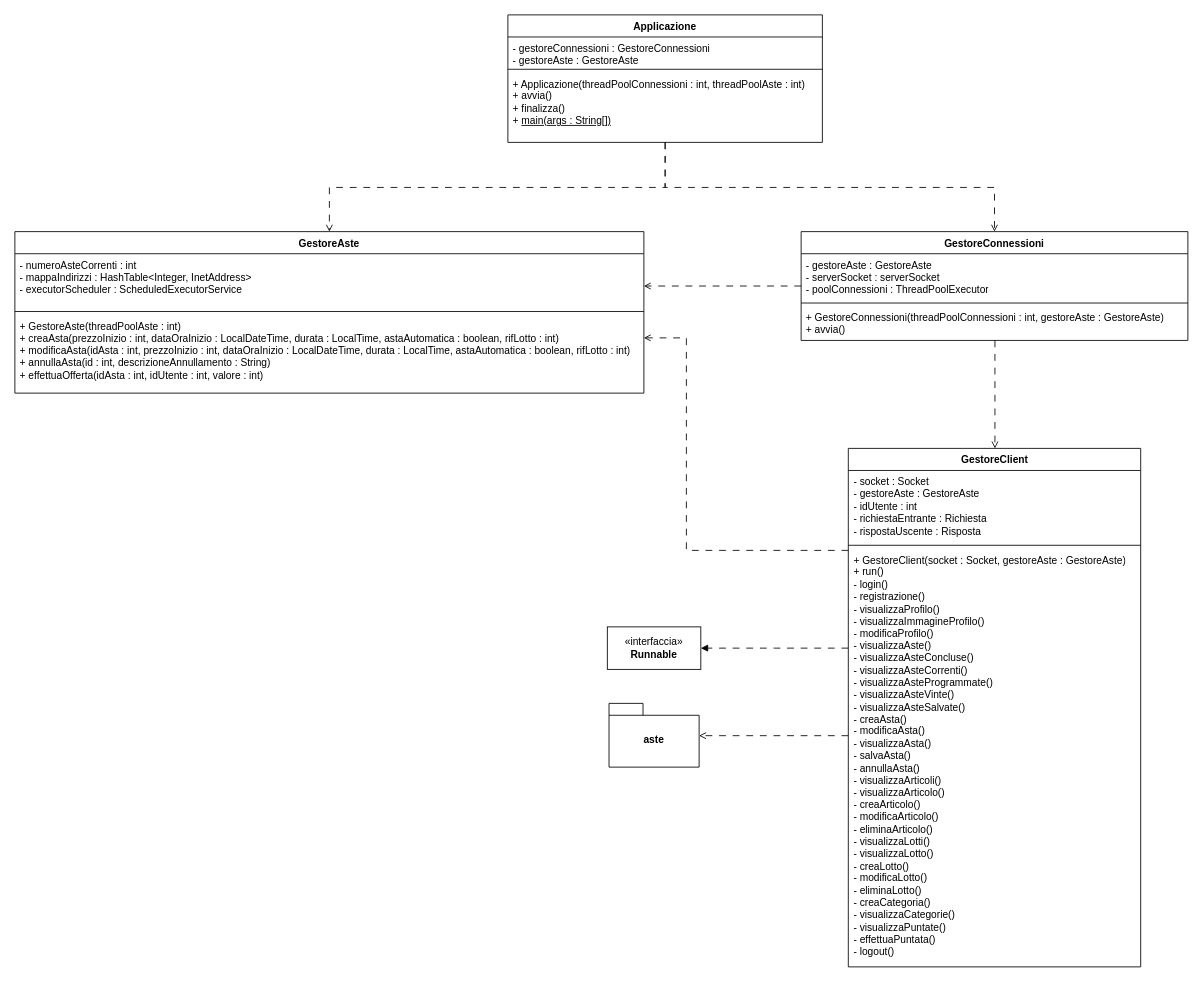
Above: documenti/DC-Server.drawio in Chaos-Rat/GAO (draw.io), before the change. Source tidied: cells renumbered, new cells numbered last; positions are measured from the earlier drawing's top-left corner, leaving out a move shared by most shapes. Both pictures are drawn from the tidied source at 85%, with x=0, y=0 at pixel (14, 14).
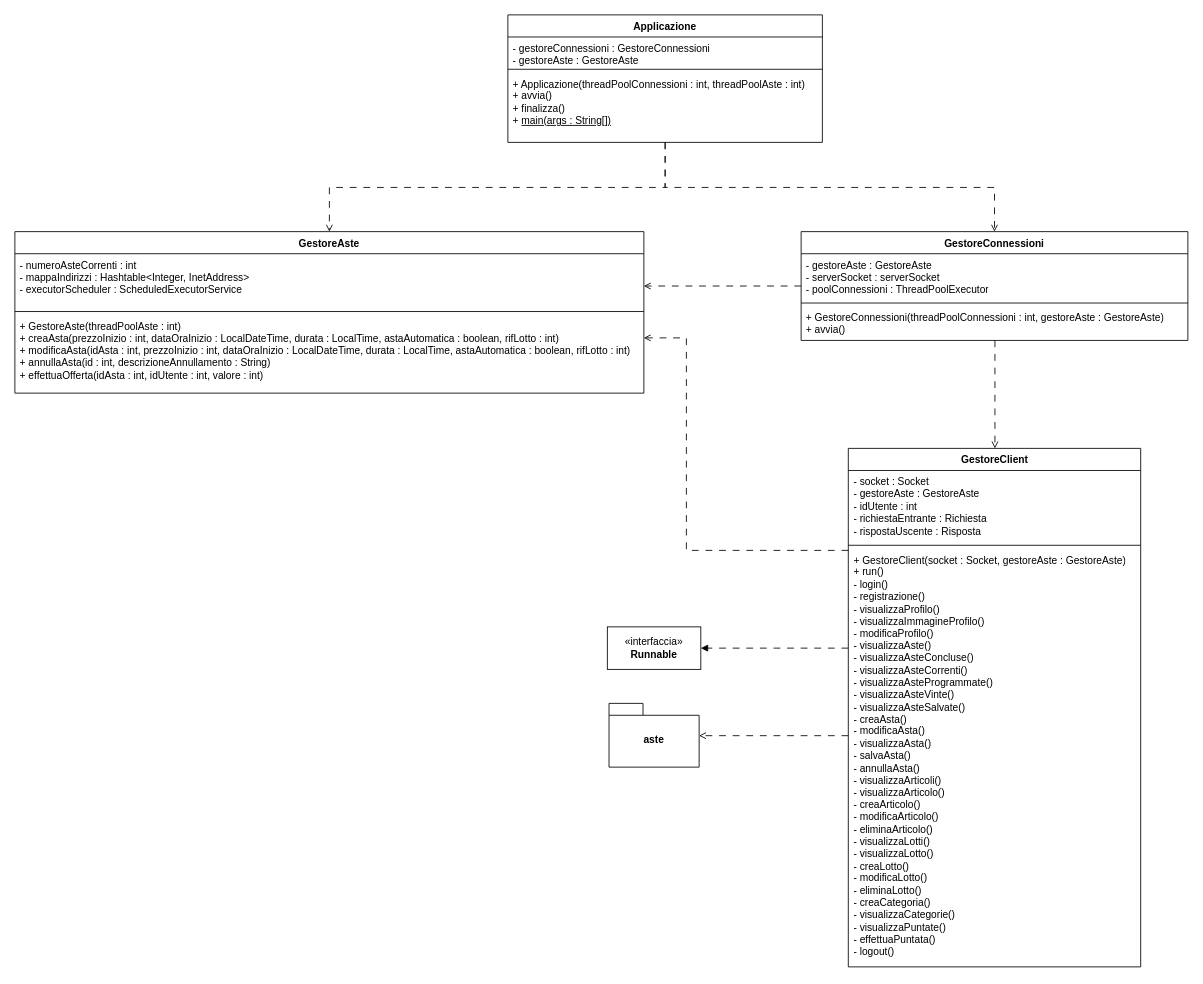
The same diagram, later.

The change refers to these unchanged cells:
```xml
<mxCell id="20" value="GestoreAste" style="swimlane;fontStyle=1;align=center;verticalAlign=top;horizontal=1;startSize=26;whiteSpace=wrap;html=1;" parent="1" vertex="1">
  <mxGeometry y="255" width="740" height="190" as="geometry" />
</mxCell>
```

Change to the diagram source:
```diff
@@
-    <mxCell id="21" value="&lt;div&gt;- numeroAsteCorrenti : int&lt;/div&gt;&lt;div&gt;- mappaIndirizzi : HashTable&amp;lt;Integer, InetAddress&amp;gt;&lt;/div&gt;&lt;div&gt;- executorScheduler : ScheduledExecutorService&lt;/div&gt;" style="text;strokeColor=none;fillColor=none;align=left;verticalAlign=top;spacingLeft=4;spacingRight=4;overflow=hidden;whiteSpace=wrap;html=1;" parent="20" vertex="1">
+    <mxCell id="21" value="&lt;div&gt;- numeroAsteCorrenti : int&lt;/div&gt;&lt;div&gt;- mappaIndirizzi : Hashtable&amp;lt;Integer, InetAddress&amp;gt;&lt;/div&gt;&lt;div&gt;- executorScheduler : ScheduledExecutorService&lt;/div&gt;" style="text;strokeColor=none;fillColor=none;align=left;verticalAlign=top;spacingLeft=4;spacingRight=4;overflow=hidden;whiteSpace=wrap;html=1;" parent="20" vertex="1">
       <mxGeometry y="26" width="740" height="64" as="geometry" />
     </mxCell>
```
